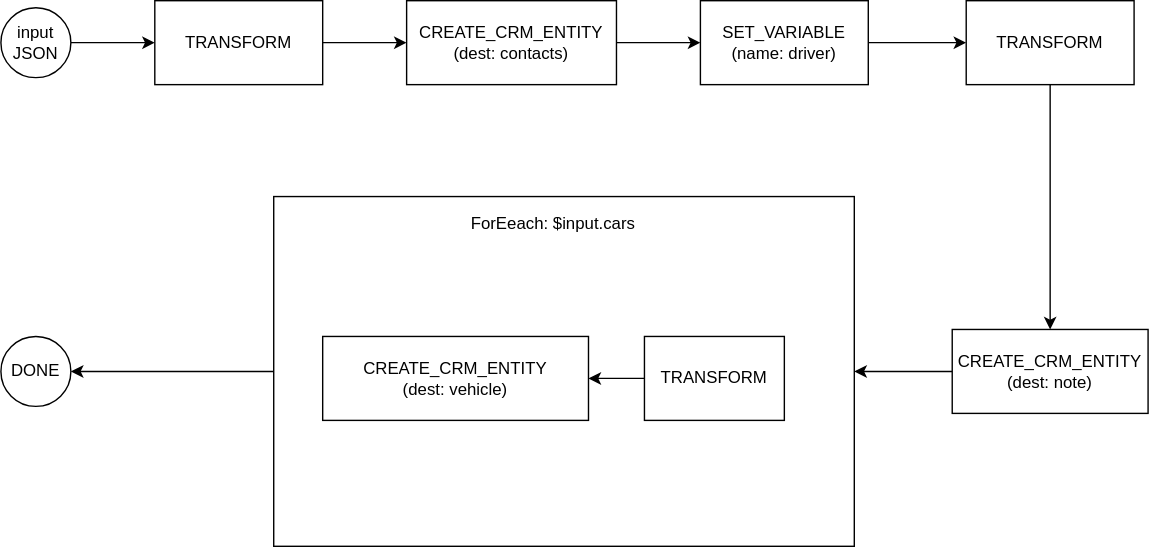
The draw.io diagram diagram.svg in nvhoanganh/EleanorJob, before a commit. Source tidied: cells renumbered, new cells last; positions are measured from the earlier drawing's top-left corner, leaving out a move shared by most shapes. Its diagram source:
```xml
<mxGraphModel>
  <root>
    <mxCell id="0" />
    <mxCell id="1" parent="0" />
    <mxCell id="2" style="edgeStyle=orthogonalEdgeStyle;rounded=0;jettySize=auto;html=1;entryX=0;entryY=0.5;entryDx=0;entryDy=0;" parent="1" edge="1" source="3" target="5">
      <mxGeometry relative="1" as="geometry" />
    </mxCell>
    <mxCell id="3" value="TRANSFORM" style="rounded=0;whiteSpace=wrap;html=1;" parent="1" vertex="1">
      <mxGeometry x="110" width="120" height="60" as="geometry" />
    </mxCell>
    <mxCell id="4" style="edgeStyle=orthogonalEdgeStyle;rounded=0;jettySize=auto;html=1;" parent="1" edge="1" source="5" target="7">
      <mxGeometry relative="1" as="geometry" />
    </mxCell>
    <mxCell id="5" value="CREATE_CRM_ENTITY&lt;br&gt;(dest: contacts)" style="rounded=0;whiteSpace=wrap;html=1;" parent="1" vertex="1">
      <mxGeometry x="290" width="150" height="60" as="geometry" />
    </mxCell>
    <mxCell id="6" style="edgeStyle=orthogonalEdgeStyle;rounded=0;jettySize=auto;html=1;" parent="1" edge="1" source="7" target="10">
      <mxGeometry relative="1" as="geometry" />
    </mxCell>
    <mxCell id="7" value="SET_VARIABLE&lt;br&gt;(name: driver)" style="rounded=0;whiteSpace=wrap;html=1;" parent="1" vertex="1">
      <mxGeometry x="500" width="120" height="60" as="geometry" />
    </mxCell>
    <mxCell id="8" style="edgeStyle=orthogonalEdgeStyle;rounded=0;jettySize=auto;html=1;entryX=0;entryY=0.5;entryDx=0;entryDy=0;exitX=1;exitY=0.5;exitDx=0;exitDy=0;" parent="1" edge="1" source="16" target="3">
      <mxGeometry relative="1" as="geometry" />
    </mxCell>
    <mxCell id="9" style="edgeStyle=orthogonalEdgeStyle;rounded=0;jettySize=auto;html=1;" parent="1" edge="1" source="10" target="12">
      <mxGeometry relative="1" as="geometry" />
    </mxCell>
    <mxCell id="10" value="TRANSFORM" style="rounded=0;whiteSpace=wrap;html=1;" parent="1" vertex="1">
      <mxGeometry x="690" width="120" height="60" as="geometry" />
    </mxCell>
    <mxCell id="11" style="edgeStyle=orthogonalEdgeStyle;rounded=0;jettySize=auto;html=1;" parent="1" edge="1" source="12" target="14">
      <mxGeometry relative="1" as="geometry" />
    </mxCell>
    <mxCell id="12" value="CREATE_CRM_ENTITY&lt;br&gt;(dest: note)" style="rounded=0;whiteSpace=wrap;html=1;" parent="1" vertex="1">
      <mxGeometry x="680" y="235" width="140" height="60" as="geometry" />
    </mxCell>
    <mxCell id="13" style="edgeStyle=orthogonalEdgeStyle;rounded=0;jettySize=auto;html=1;entryX=1;entryY=0.5;entryDx=0;entryDy=0;" parent="1" edge="1" source="14" target="15">
      <mxGeometry relative="1" as="geometry" />
    </mxCell>
    <mxCell id="14" style="rounded=0;whiteSpace=wrap;html=1;" parent="1" vertex="1">
      <mxGeometry x="195" y="140" width="415" height="250" as="geometry" />
    </mxCell>
    <mxCell id="15" value="DONE" style="ellipse;whiteSpace=wrap;html=1;" parent="1" vertex="1">
      <mxGeometry y="240" width="50" height="50" as="geometry" />
    </mxCell>
    <mxCell id="16" value="input&lt;br&gt;JSON" style="ellipse;whiteSpace=wrap;html=1;" parent="1" vertex="1">
      <mxGeometry y="5" width="50" height="50" as="geometry" />
    </mxCell>
    <mxCell id="17" style="edgeStyle=orthogonalEdgeStyle;rounded=0;jettySize=auto;html=1;" parent="1" edge="1" source="18" target="19">
      <mxGeometry relative="1" as="geometry" />
    </mxCell>
    <mxCell id="18" value="TRANSFORM" style="rounded=0;whiteSpace=wrap;html=1;" parent="1" vertex="1">
      <mxGeometry x="460" y="240" width="100" height="60" as="geometry" />
    </mxCell>
    <mxCell id="19" value="CREATE_CRM_ENTITY&lt;br&gt;(dest: vehicle)" style="rounded=0;whiteSpace=wrap;html=1;" parent="1" vertex="1">
      <mxGeometry x="230" y="240" width="190" height="60" as="geometry" />
    </mxCell>
    <mxCell id="20" value="ForEeach: $input.cars" style="text;html=1;strokeColor=none;fillColor=none;align=center;verticalAlign=middle;whiteSpace=wrap;rounded=0;" parent="1" vertex="1">
      <mxGeometry x="330" y="150" width="130" height="20" as="geometry" />
    </mxCell>
  </root>
</mxGraphModel>
```
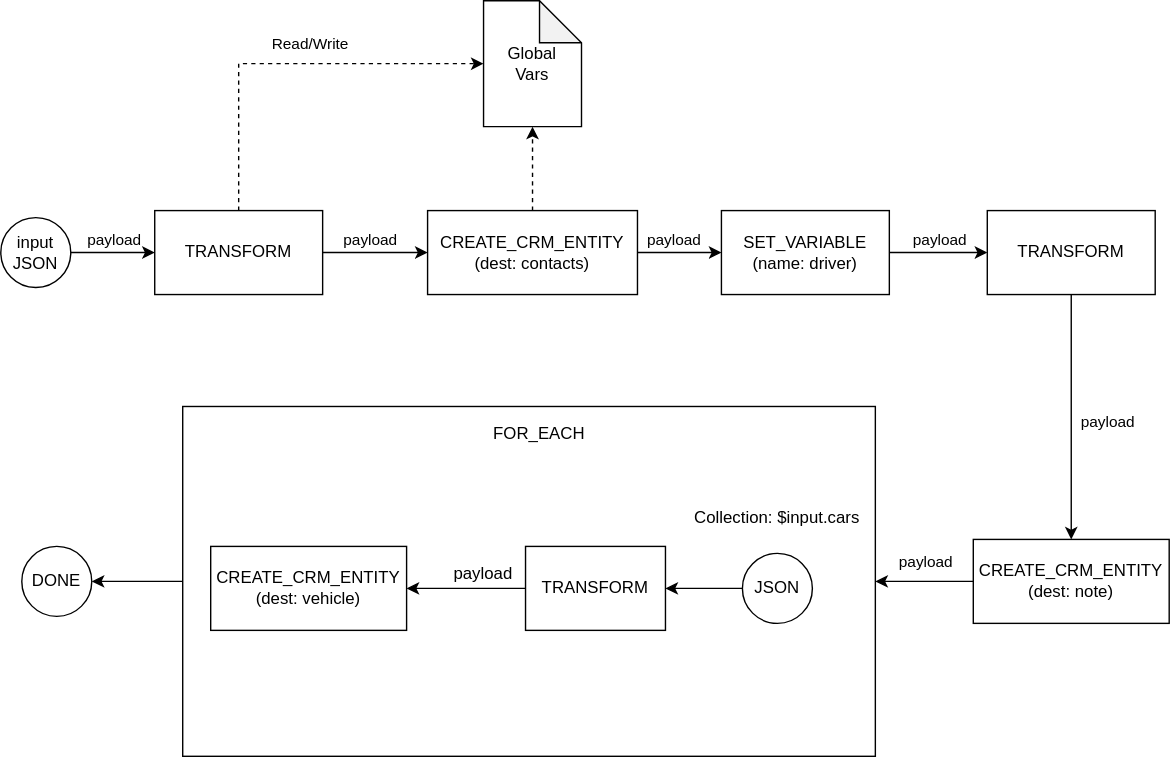
Above is the later version.

Diff of the diagram source:
```diff
@@ -5,12 +5,57 @@
     <mxCell id="2" style="edgeStyle=orthogonalEdgeStyle;rounded=0;jettySize=auto;html=1;entryX=0;entryY=0.5;entryDx=0;entryDy=0;" parent="1" edge="1" source="3" target="5">
       <mxGeometry relative="1" as="geometry" />
     </mxCell>
+    <mxCell id="21" value="payload" style="edgeLabel;html=1;align=center;verticalAlign=middle;" parent="2" vertex="1">
+      <mxGeometry x="-0.11" y="-2" relative="1" as="geometry">
+        <mxPoint y="-12" as="offset" />
+      </mxGeometry>
+    </mxCell>
+    <mxCell id="22" value="payload" style="edgeLabel;html=1;align=center;verticalAlign=middle;" parent="2" vertex="1">
+      <mxGeometry x="-0.11" y="-2" relative="1" as="geometry">
+        <mxPoint x="217" y="-12" as="offset" />
+      </mxGeometry>
+    </mxCell>
+    <mxCell id="23" value="payload" style="edgeLabel;html=1;align=center;verticalAlign=middle;" parent="2" vertex="1">
+      <mxGeometry x="-0.11" y="-2" relative="1" as="geometry">
+        <mxPoint x="407" y="-12" as="offset" />
+      </mxGeometry>
+    </mxCell>
+    <mxCell id="24" value="payload" style="edgeLabel;html=1;align=center;verticalAlign=middle;" parent="2" vertex="1">
+      <mxGeometry x="-0.11" y="-2" relative="1" as="geometry">
+        <mxPoint x="527" y="118" as="offset" />
+      </mxGeometry>
+    </mxCell>
+    <mxCell id="25" value="payload" style="edgeLabel;html=1;align=center;verticalAlign=middle;" parent="2" vertex="1">
+      <mxGeometry x="-0.11" y="-2" relative="1" as="geometry">
+        <mxPoint x="397" y="218" as="offset" />
+      </mxGeometry>
+    </mxCell>
+    <mxCell id="26" value="payload" style="edgeLabel;html=1;align=center;verticalAlign=middle;" parent="2" vertex="1">
+      <mxGeometry x="-0.11" y="-2" relative="1" as="geometry">
+        <mxPoint x="207" y="228" as="offset" />
+      </mxGeometry>
+    </mxCell>
+    <mxCell id="27" style="edgeStyle=orthogonalEdgeStyle;rounded=0;jettySize=auto;html=1;entryX=0;entryY=0.5;entryDx=0;entryDy=0;entryPerimeter=0;dashed=1;" parent="1" edge="1" source="3" target="31">
+      <mxGeometry relative="1" as="geometry">
+        <Array as="points">
+          <mxPoint x="155" y="-105" />
+        </Array>
+      </mxGeometry>
+    </mxCell>
+    <mxCell id="28" value="Read/Write" style="edgeLabel;html=1;align=center;verticalAlign=middle;" parent="27" vertex="1">
+      <mxGeometry x="0.09" y="-3" relative="1" as="geometry">
+        <mxPoint x="2" y="-18" as="offset" />
+      </mxGeometry>
+    </mxCell>
     <mxCell id="3" value="TRANSFORM" style="rounded=0;whiteSpace=wrap;html=1;" parent="1" vertex="1">
-      <mxGeometry x="110" width="120" height="60" as="geometry" />
+      <mxGeometry x="95" width="120" height="60" as="geometry" />
     </mxCell>
     <mxCell id="4" style="edgeStyle=orthogonalEdgeStyle;rounded=0;jettySize=auto;html=1;" parent="1" edge="1" source="5" target="7">
       <mxGeometry relative="1" as="geometry" />
     </mxCell>
+    <mxCell id="29" style="edgeStyle=orthogonalEdgeStyle;rounded=0;jettySize=auto;html=1;entryX=0.5;entryY=1;entryDx=0;entryDy=0;entryPerimeter=0;dashed=1;" parent="1" edge="1" source="5" target="31">
+      <mxGeometry relative="1" as="geometry" />
+    </mxCell>
     <mxCell id="5" value="CREATE_CRM_ENTITY&lt;br&gt;(dest: contacts)" style="rounded=0;whiteSpace=wrap;html=1;" parent="1" vertex="1">
       <mxGeometry x="290" width="150" height="60" as="geometry" />
     </mxCell>
@@ -23,6 +68,11 @@
     <mxCell id="8" style="edgeStyle=orthogonalEdgeStyle;rounded=0;jettySize=auto;html=1;entryX=0;entryY=0.5;entryDx=0;entryDy=0;exitX=1;exitY=0.5;exitDx=0;exitDy=0;" parent="1" edge="1" source="16" target="3">
       <mxGeometry relative="1" as="geometry" />
     </mxCell>
+    <mxCell id="30" value="payload" style="edgeLabel;html=1;align=center;verticalAlign=middle;" parent="8" vertex="1">
+      <mxGeometry x="-0.34" y="-2" relative="1" as="geometry">
+        <mxPoint x="10" y="-12" as="offset" />
+      </mxGeometry>
+    </mxCell>
     <mxCell id="9" style="edgeStyle=orthogonalEdgeStyle;rounded=0;jettySize=auto;html=1;" parent="1" edge="1" source="10" target="12">
       <mxGeometry relative="1" as="geometry" />
     </mxCell>
@@ -39,25 +89,40 @@
       <mxGeometry relative="1" as="geometry" />
     </mxCell>
     <mxCell id="14" style="rounded=0;whiteSpace=wrap;html=1;" parent="1" vertex="1">
-      <mxGeometry x="195" y="140" width="415" height="250" as="geometry" />
+      <mxGeometry x="115" y="140" width="495" height="250" as="geometry" />
     </mxCell>
     <mxCell id="15" value="DONE" style="ellipse;whiteSpace=wrap;html=1;" parent="1" vertex="1">
       <mxGeometry y="240" width="50" height="50" as="geometry" />
     </mxCell>
     <mxCell id="16" value="input&lt;br&gt;JSON" style="ellipse;whiteSpace=wrap;html=1;" parent="1" vertex="1">
-      <mxGeometry y="5" width="50" height="50" as="geometry" />
+      <mxGeometry x="-15" y="5" width="50" height="50" as="geometry" />
     </mxCell>
     <mxCell id="17" style="edgeStyle=orthogonalEdgeStyle;rounded=0;jettySize=auto;html=1;" parent="1" edge="1" source="18" target="19">
       <mxGeometry relative="1" as="geometry" />
     </mxCell>
     <mxCell id="18" value="TRANSFORM" style="rounded=0;whiteSpace=wrap;html=1;" parent="1" vertex="1">
-      <mxGeometry x="460" y="240" width="100" height="60" as="geometry" />
+      <mxGeometry x="360" y="240" width="100" height="60" as="geometry" />
     </mxCell>
     <mxCell id="19" value="CREATE_CRM_ENTITY&lt;br&gt;(dest: vehicle)" style="rounded=0;whiteSpace=wrap;html=1;" parent="1" vertex="1">
-      <mxGeometry x="230" y="240" width="190" height="60" as="geometry" />
+      <mxGeometry x="135" y="240" width="140" height="60" as="geometry" />
     </mxCell>
-    <mxCell id="20" value="ForEeach: $input.cars" style="text;html=1;strokeColor=none;fillColor=none;align=center;verticalAlign=middle;whiteSpace=wrap;rounded=0;" parent="1" vertex="1">
-      <mxGeometry x="330" y="150" width="130" height="20" as="geometry" />
+    <mxCell id="20" value="Collection: $input.cars" style="text;html=1;strokeColor=none;fillColor=none;align=center;verticalAlign=middle;whiteSpace=wrap;rounded=0;" parent="1" vertex="1">
+      <mxGeometry x="475" y="210" width="130" height="20" as="geometry" />
     </mxCell>
+    <mxCell id="31" value="Global&lt;br&gt;Vars" style="shape=note;whiteSpace=wrap;html=1;backgroundOutline=1;darkOpacity=0.05;" parent="1" vertex="1">
+      <mxGeometry x="330" y="-150" width="70" height="90" as="geometry" />
+    </mxCell>
+    <mxCell id="32" value="payload" style="text;html=1;strokeColor=none;fillColor=none;align=center;verticalAlign=middle;whiteSpace=wrap;rounded=0;" parent="1" vertex="1">
+      <mxGeometry x="305" y="250" width="50" height="20" as="geometry" />
+    </mxCell>
+    <mxCell id="33" value="FOR_EACH" style="text;html=1;strokeColor=none;fillColor=none;align=center;verticalAlign=middle;whiteSpace=wrap;rounded=0;" parent="1" vertex="1">
+      <mxGeometry x="305" y="150" width="130" height="20" as="geometry" />
+    </mxCell>
+    <mxCell id="34" style="edgeStyle=orthogonalEdgeStyle;rounded=0;jettySize=auto;html=1;entryX=1;entryY=0.5;entryDx=0;entryDy=0;" parent="1" edge="1" source="35" target="18">
+      <mxGeometry relative="1" as="geometry" />
+    </mxCell>
+    <mxCell id="35" value="JSON" style="ellipse;whiteSpace=wrap;html=1;" parent="1" vertex="1">
+      <mxGeometry x="515" y="245" width="50" height="50" as="geometry" />
+    </mxCell>
   </root>
 </mxGraphModel>
```
